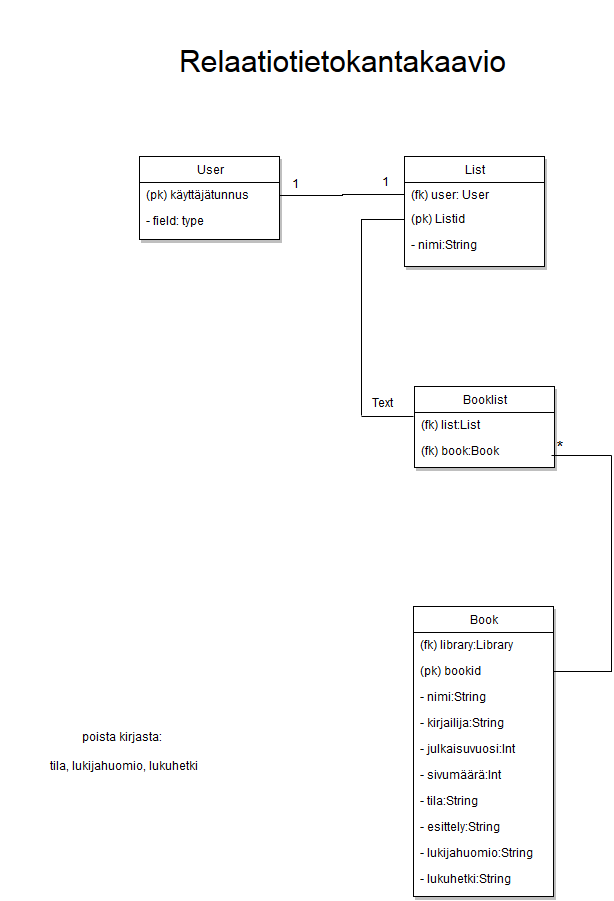
Above: doc/Relaatiotietokantakaavio.png in mclantta/Tsoha-Bootstrap (draw.io), before the change. Source tidied: cells renumbered, new cells last; positions are measured from the earlier drawing's top-left corner, leaving out a move shared by most shapes.
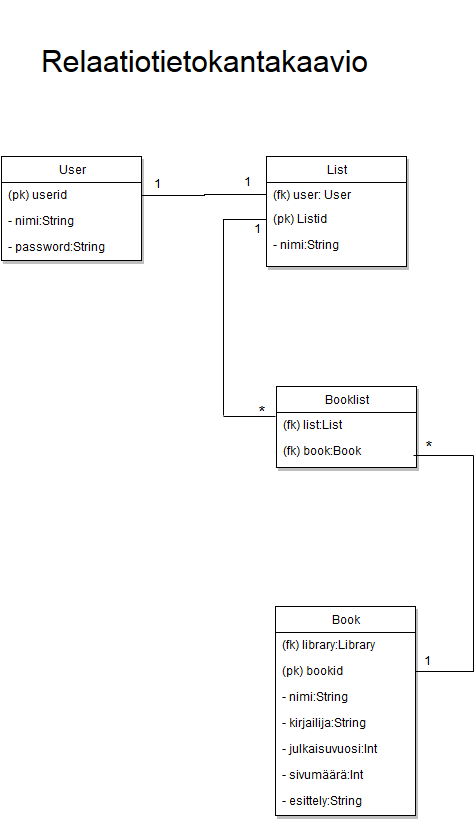
The same diagram one commit later.

Diff of the diagram source:
```diff
@@ -3,16 +3,19 @@
     <mxCell id="0" />
     <mxCell id="1" parent="0" />
     <mxCell id="2" value="User" style="swimlane;html=1;fontStyle=0;horizontal=1;startSize=26;fillColor=none;swimlaneFillColor=#ffffff;shadow=1;fontSize=12;" parent="1" vertex="1">
-      <mxGeometry x="138" y="155" width="140" height="83" as="geometry" />
+      <mxGeometry x="138" y="155" width="140" height="104" as="geometry" />
     </mxCell>
-    <mxCell id="3" value="(pk) käyttäjätunnus&lt;br&gt;" style="text;html=1;strokeColor=none;fillColor=none;align=left;verticalAlign=top;spacingLeft=4;spacingRight=4;whiteSpace=wrap;overflow=hidden;points=[[0,0.5],[1,0.5]];portConstraint=eastwest;" parent="2" vertex="1">
+    <mxCell id="3" value="(pk) userid&lt;br&gt;" style="text;html=1;strokeColor=none;fillColor=none;align=left;verticalAlign=top;spacingLeft=4;spacingRight=4;whiteSpace=wrap;overflow=hidden;points=[[0,0.5],[1,0.5]];portConstraint=eastwest;" parent="2" vertex="1">
       <mxGeometry y="26" width="140" height="26" as="geometry" />
     </mxCell>
-    <mxCell id="4" value="- field: type" style="text;html=1;strokeColor=none;fillColor=none;align=left;verticalAlign=top;spacingLeft=4;spacingRight=4;whiteSpace=wrap;overflow=hidden;" parent="2" vertex="1">
+    <mxCell id="4" value="- nimi:String&lt;br&gt;" style="text;html=1;strokeColor=none;fillColor=none;align=left;verticalAlign=top;spacingLeft=4;spacingRight=4;whiteSpace=wrap;overflow=hidden;" parent="2" vertex="1">
       <mxGeometry y="52" width="140" height="26" as="geometry" />
     </mxCell>
+    <mxCell id="34" value="- password:String&lt;br&gt;" style="text;html=1;strokeColor=none;fillColor=none;align=left;verticalAlign=top;spacingLeft=4;spacingRight=4;whiteSpace=wrap;overflow=hidden;" parent="2" vertex="1">
+      <mxGeometry y="78" width="140" height="26" as="geometry" />
+    </mxCell>
     <mxCell id="5" value="Book" style="swimlane;html=1;fontStyle=0;horizontal=1;startSize=26;fillColor=none;swimlaneFillColor=#ffffff;shadow=1;fontSize=12;" parent="1" vertex="1">
-      <mxGeometry x="412" y="605" width="140" height="290" as="geometry" />
+      <mxGeometry x="412" y="605" width="140" height="209" as="geometry" />
     </mxCell>
     <mxCell id="6" value="(fk) library:Library&lt;br&gt;" style="text;html=1;strokeColor=none;fillColor=none;align=left;verticalAlign=top;spacingLeft=4;spacingRight=4;whiteSpace=wrap;overflow=hidden;" parent="5" vertex="1">
       <mxGeometry y="26" width="140" height="26" as="geometry" />
@@ -32,18 +35,9 @@
     <mxCell id="11" value="- sivumäärä:Int&lt;br&gt;" style="text;html=1;strokeColor=none;fillColor=none;align=left;verticalAlign=top;spacingLeft=4;spacingRight=4;whiteSpace=wrap;overflow=hidden;" parent="5" vertex="1">
       <mxGeometry y="156" width="140" height="26" as="geometry" />
     </mxCell>
-    <mxCell id="12" value="- tila:String&lt;br&gt;" style="text;html=1;strokeColor=none;fillColor=none;align=left;verticalAlign=top;spacingLeft=4;spacingRight=4;whiteSpace=wrap;overflow=hidden;" parent="5" vertex="1">
-      <mxGeometry y="182" width="140" height="26" as="geometry" />
-    </mxCell>
     <mxCell id="13" value="- esittely:String" style="text;html=1;strokeColor=none;fillColor=none;align=left;verticalAlign=top;spacingLeft=4;spacingRight=4;whiteSpace=wrap;overflow=hidden;" parent="5" vertex="1">
-      <mxGeometry y="208" width="140" height="26" as="geometry" />
+      <mxGeometry y="182" width="140" height="26" as="geometry" />
     </mxCell>
-    <mxCell id="14" value="- lukijahuomio:String&lt;br&gt;" style="text;html=1;strokeColor=none;fillColor=none;align=left;verticalAlign=top;spacingLeft=4;spacingRight=4;whiteSpace=wrap;overflow=hidden;" parent="5" vertex="1">
-      <mxGeometry y="234" width="140" height="26" as="geometry" />
-    </mxCell>
-    <mxCell id="15" value="- lukuhetki:String&lt;br&gt;" style="text;html=1;strokeColor=none;fillColor=none;align=left;verticalAlign=top;spacingLeft=4;spacingRight=4;whiteSpace=wrap;overflow=hidden;" parent="5" vertex="1">
-      <mxGeometry y="260" width="140" height="26" as="geometry" />
-    </mxCell>
     <mxCell id="16" value="List&lt;br&gt;" style="swimlane;html=1;fontStyle=0;horizontal=1;startSize=26;fillColor=none;swimlaneFillColor=#ffffff;shadow=1;fontSize=12;" parent="1" vertex="1">
       <mxGeometry x="403" y="155" width="140" height="110" as="geometry" />
     </mxCell>
@@ -93,14 +87,17 @@
     <mxCell id="30" style="line;html=1;strokeWidth=1;fillColor=none;align=left;verticalAlign=middle;spacingTop=-1;spacingLeft=3;spacingRight=3;labelPosition=right;shadow=0;fontSize=12;" parent="1" vertex="1">
       <mxGeometry x="550" y="450" width="60" height="8" as="geometry" />
     </mxCell>
-    <mxCell id="31" value="Text" style="text;html=1;fontSize=12;" parent="1" vertex="1">
-      <mxGeometry x="368" y="389" width="50" height="30" as="geometry" />
-    </mxCell>
-    <mxCell id="32" value="&lt;font style=&quot;font-size: 17px&quot;&gt;*&lt;/font&gt;" style="text;html=1;align=left;verticalAlign=top;spacingTop=-4;fontSize=12;" parent="1" vertex="1">
-      <mxGeometry x="553" y="434" width="20" height="20" as="geometry" />
+    <mxCell id="32" value="&lt;font style=&quot;font-size: 17px&quot;&gt;*&lt;/font&gt;" style="text;html=1;align=left;verticalAlign=top;spacingTop=-4;fontSize=12;direction=south;rotation=0;" parent="1" vertex="1">
+      <mxGeometry x="560" y="434" width="20" height="20" as="geometry" />
     </mxCell>
-    <mxCell id="33" value="poista kirjasta:&lt;br&gt;&lt;br&gt;&amp;nbsp;tila, lukijahuomio, lukuhetki&lt;br&gt;" style="text;html=1;strokeColor=none;fillColor=none;align=center;verticalAlign=middle;whiteSpace=wrap;overflow=hidden;shadow=0;fontSize=12;" parent="1" vertex="1">
-      <mxGeometry y="676" width="240" height="148" as="geometry" />
+    <mxCell id="33" value="&lt;font style=&quot;font-size: 17px&quot;&gt;*&lt;/font&gt;" style="text;html=1;align=left;verticalAlign=top;spacingTop=-4;fontSize=12;" parent="1" vertex="1">
+      <mxGeometry x="393" y="399" width="20" height="20" as="geometry" />
     </mxCell>
+    <mxCell id="35" value="1" style="text;html=1;strokeColor=none;fillColor=none;align=center;verticalAlign=middle;whiteSpace=wrap;overflow=hidden;shadow=1;fontSize=12;" parent="1" vertex="1">
+      <mxGeometry x="373" y="218" width="40" height="20" as="geometry" />
+    </mxCell>
+    <mxCell id="36" value="1" style="text;html=1;strokeColor=none;fillColor=none;align=center;verticalAlign=middle;whiteSpace=wrap;overflow=hidden;shadow=1;fontSize=12;" parent="1" vertex="1">
+      <mxGeometry x="543" y="650" width="40" height="20" as="geometry" />
+    </mxCell>
   </root>
 </mxGraphModel>
```
